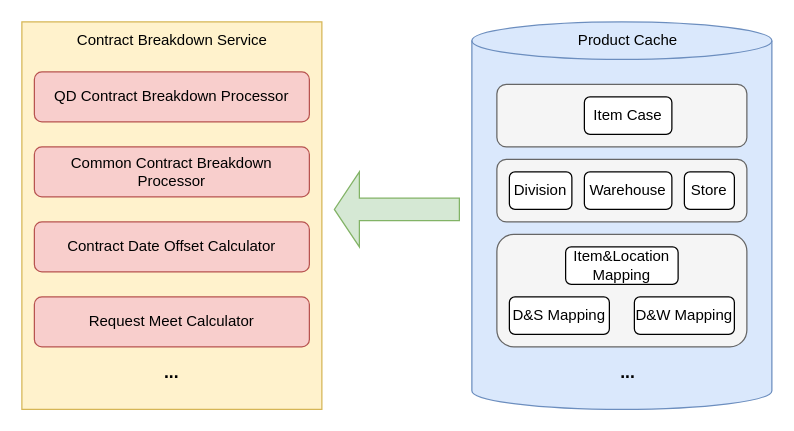
Before: contractbreakdownsequence.drawio in dajin-kingland/UMLdiagrams, a draw.io diagram. Source tidied: cells renumbered, new cells numbered last; positions are measured from the earlier drawing's top-left corner, leaving out a move shared by most shapes. Both pictures are drawn from the tidied source at 125%, with x=0, y=0 at pixel (21, 21).
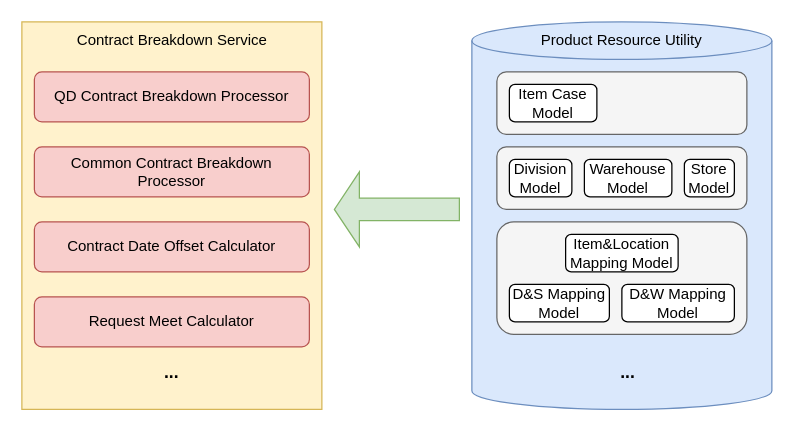
The same diagram, later.

What changed in the source:
```diff
@@
     <mxCell id="4" style="rounded=1;whiteSpace=wrap;html=1;fillColor=#f5f5f5;strokeColor=#666666;fontColor=#333333;" parent="1" vertex="1">
-      <mxGeometry x="380" y="50" width="200" height="50" as="geometry" />
+      <mxGeometry x="380" y="40" width="200" height="50" as="geometry" />
     </mxCell>
     <mxCell id="5" style="rounded=1;whiteSpace=wrap;html=1;fillColor=#f5f5f5;strokeColor=#666666;fontColor=#333333;" parent="1" vertex="1">
-      <mxGeometry x="380" y="110" width="200" height="50" as="geometry" />
+      <mxGeometry x="380" y="100" width="200" height="50" as="geometry" />
     </mxCell>
-    <mxCell id="6" value="Division" style="rounded=1;whiteSpace=wrap;html=1;" parent="1" vertex="1">
-      <mxGeometry x="390" y="120" width="50" height="30" as="geometry" />
+    <mxCell id="6" value="Division Model" style="rounded=1;whiteSpace=wrap;html=1;" parent="1" vertex="1">
+      <mxGeometry x="390" y="110" width="50" height="30" as="geometry" />
     </mxCell>
-    <mxCell id="7" value="Warehouse" style="rounded=1;whiteSpace=wrap;html=1;" parent="1" vertex="1">
-      <mxGeometry x="450" y="120" width="70" height="30" as="geometry" />
+    <mxCell id="7" value="Warehouse Model" style="rounded=1;whiteSpace=wrap;html=1;" parent="1" vertex="1">
+      <mxGeometry x="450" y="110" width="70" height="30" as="geometry" />
     </mxCell>
-    <mxCell id="8" value="Store" style="rounded=1;whiteSpace=wrap;html=1;" parent="1" vertex="1">
-      <mxGeometry x="530" y="120" width="40" height="30" as="geometry" />
+    <mxCell id="8" value="Store Model" style="rounded=1;whiteSpace=wrap;html=1;" parent="1" vertex="1">
+      <mxGeometry x="530" y="110" width="40" height="30" as="geometry" />
     </mxCell>
     <mxCell id="9" style="rounded=1;whiteSpace=wrap;html=1;fillColor=#f5f5f5;strokeColor=#666666;fontColor=#333333;" parent="1" vertex="1">
-      <mxGeometry x="380" y="170" width="200" height="90" as="geometry" />
+      <mxGeometry x="380" y="160" width="200" height="90" as="geometry" />
     </mxCell>
-    <mxCell id="10" value="Item&amp;amp;Location Mapping" style="rounded=1;whiteSpace=wrap;html=1;" parent="1" vertex="1">
-      <mxGeometry x="435" y="180" width="90" height="30" as="geometry" />
+    <mxCell id="10" value="Item&amp;amp;Location Mapping Model" style="rounded=1;whiteSpace=wrap;html=1;" parent="1" vertex="1">
+      <mxGeometry x="435" y="170" width="90" height="30" as="geometry" />
     </mxCell>
-    <mxCell id="11" value="D&amp;amp;S Mapping" style="rounded=1;whiteSpace=wrap;html=1;" parent="1" vertex="1">
-      <mxGeometry x="390" y="220" width="80" height="30" as="geometry" />
+    <mxCell id="11" value="D&amp;amp;S Mapping Model" style="rounded=1;whiteSpace=wrap;html=1;" parent="1" vertex="1">
+      <mxGeometry x="390" y="210" width="80" height="30" as="geometry" />
     </mxCell>
-    <mxCell id="12" value="D&amp;amp;W Mapping" style="rounded=1;whiteSpace=wrap;html=1;" parent="1" vertex="1">
-      <mxGeometry x="490" y="220" width="80" height="30" as="geometry" />
+    <mxCell id="12" value="D&amp;amp;W Mapping Model" style="rounded=1;whiteSpace=wrap;html=1;" parent="1" vertex="1">
+      <mxGeometry x="480" y="210" width="90" height="30" as="geometry" />
     </mxCell>
-    <mxCell id="13" value="Item Case" style="rounded=1;whiteSpace=wrap;html=1;" parent="1" vertex="1">
-      <mxGeometry x="450" y="60" width="70" height="30" as="geometry" />
+    <mxCell id="13" value="Item Case Model" style="rounded=1;whiteSpace=wrap;html=1;" parent="1" vertex="1">
+      <mxGeometry x="390" y="50" width="70" height="30" as="geometry" />
     </mxCell>
@@
-    <mxCell id="15" value="Product Cache" style="text;html=1;strokeColor=none;fillColor=none;align=center;verticalAlign=middle;whiteSpace=wrap;rounded=0;" parent="1" vertex="1">
-      <mxGeometry x="430" y="5" width="110" height="20" as="geometry" />
+    <mxCell id="15" value="Product Resource Utility" style="text;html=1;strokeColor=none;fillColor=none;align=center;verticalAlign=middle;whiteSpace=wrap;rounded=0;" parent="1" vertex="1">
+      <mxGeometry x="410" y="5" width="140" height="20" as="geometry" />
     </mxCell>
```
